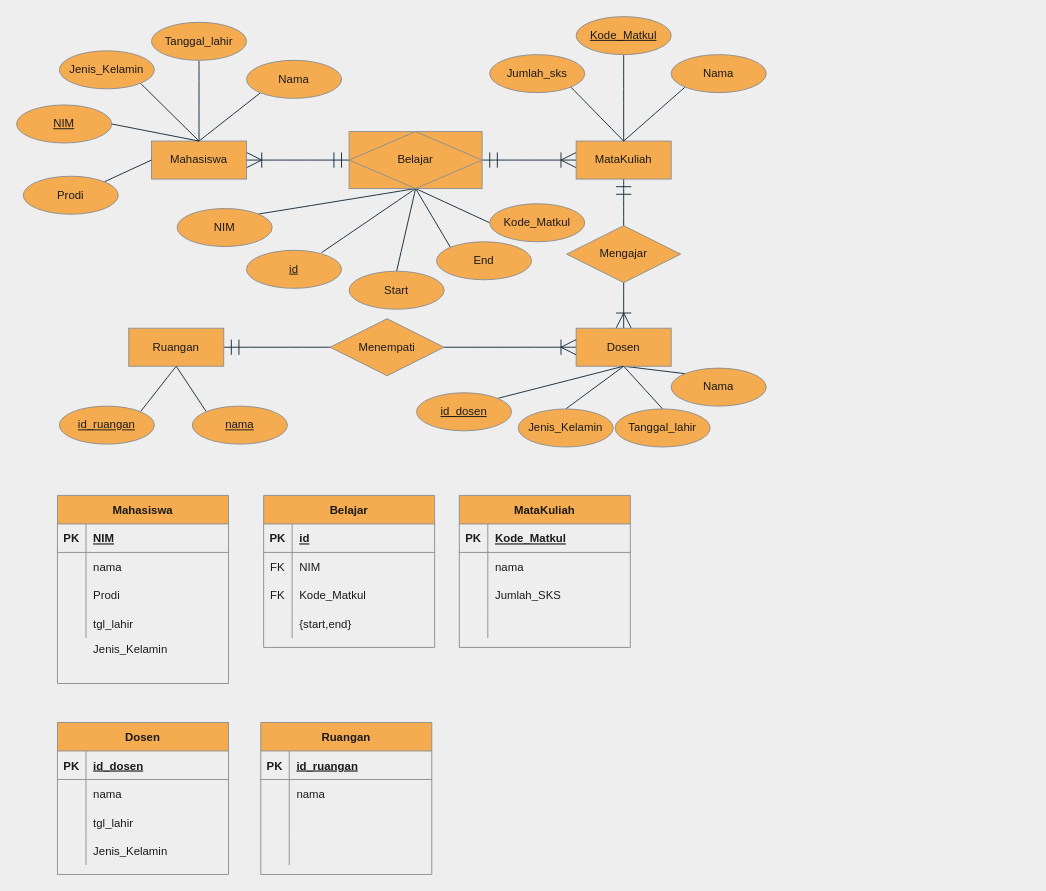
Above: P1/perkuliahan1.drawio in nanwp/BasDat (draw.io), before the change. Source tidied: cells renumbered, new cells numbered last; positions are measured from the earlier drawing's top-left corner, leaving out a move shared by most shapes. Both pictures are drawn from the tidied source at 95%, with x=0, y=0 at pixel (16, 16).
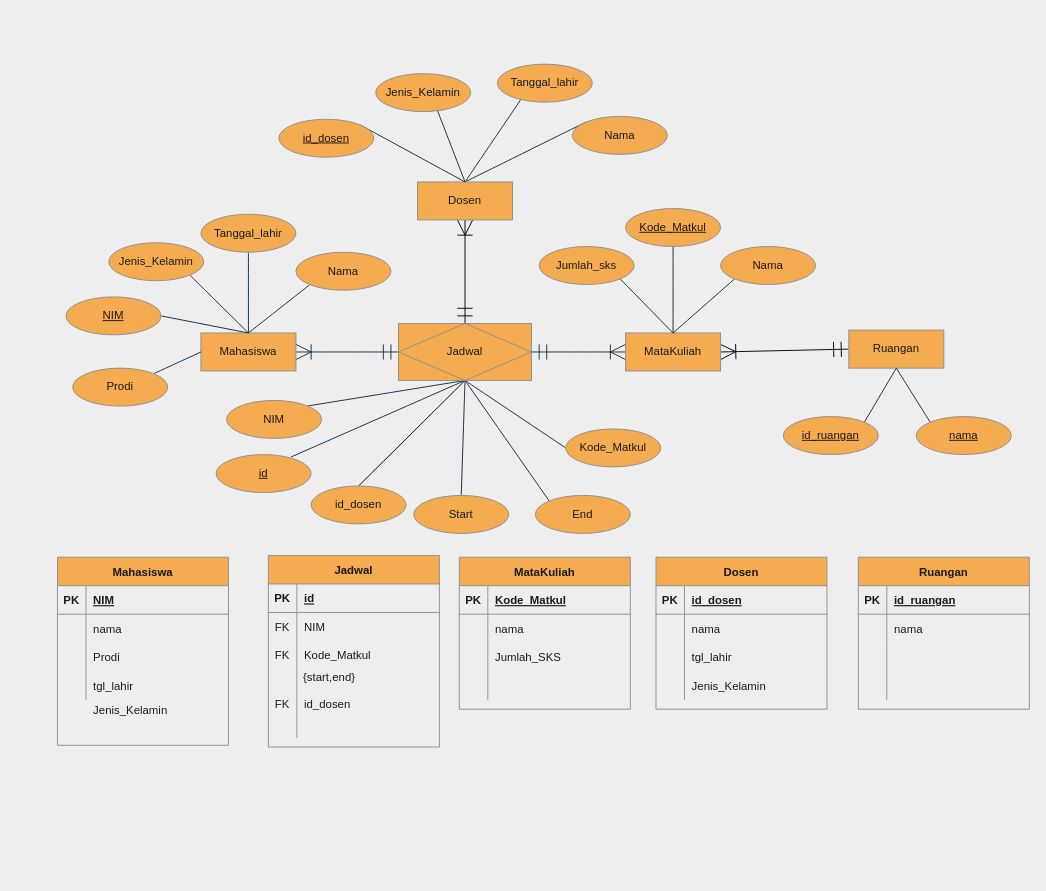
After the change.

Diff of the diagram source:
```diff
@@
     <mxCell id="4" value="Mahasiswa" style="whiteSpace=wrap;html=1;align=center;hachureGap=4;fontColor=#1A1A1A;strokeColor=#909090;fillColor=#F5AB50;" parent="1" vertex="1">
-      <mxGeometry x="142" y="131" width="100" height="40" as="geometry" />
+      <mxGeometry x="194" y="333" width="100" height="40" as="geometry" />
     </mxCell>
@@
+    <mxCell id="118" style="edgeStyle=none;curved=1;rounded=0;jettySize=auto;html=1;exitX=0.5;exitY=0;exitDx=0;exitDy=0;entryX=0.5;entryY=1;entryDx=0;entryDy=0;startArrow=ERmandOne;startFill=0;endArrow=ERoneToMany;endFill=0;startSize=14;endSize=14;sourcePerimeterSpacing=8;targetPerimeterSpacing=8;strokeColor=#000000;" parent="1" edge="1" source="11" target="18">
+      <mxGeometry relative="1" as="geometry" />
+    </mxCell>
+    <mxCell id="119" style="edgeStyle=none;curved=1;rounded=0;jettySize=auto;html=1;exitX=0.5;exitY=1;exitDx=0;exitDy=0;entryX=0.5;entryY=0;entryDx=0;entryDy=0;startArrow=none;startFill=0;endArrow=none;endFill=0;startSize=14;endSize=14;sourcePerimeterSpacing=8;targetPerimeterSpacing=8;strokeColor=#000000;" parent="1" edge="1" source="11" target="121">
+      <mxGeometry relative="1" as="geometry" />
+    </mxCell>
-    <mxCell id="11" value="Belajar" style="shape=associativeEntity;whiteSpace=wrap;html=1;align=center;hachureGap=4;fontColor=#1A1A1A;strokeColor=#909090;fillColor=#F5AB50;" parent="1" vertex="1">
-      <mxGeometry x="350" y="121" width="140" height="60" as="geometry" />
+    <mxCell id="11" value="Jadwal" style="shape=associativeEntity;whiteSpace=wrap;html=1;align=center;hachureGap=4;fontColor=#1A1A1A;strokeColor=#909090;fillColor=#F5AB50;" parent="1" vertex="1">
+      <mxGeometry x="402" y="323" width="140" height="60" as="geometry" />
     </mxCell>
-    <mxCell id="12" style="edgeStyle=none;curved=1;rounded=0;jettySize=auto;html=1;exitX=0.5;exitY=1;exitDx=0;exitDy=0;entryX=0.5;entryY=0;entryDx=0;entryDy=0;fontColor=#1A1A1A;startArrow=ERmandOne;startFill=0;endArrow=ERoneToMany;endFill=0;startSize=14;endSize=14;sourcePerimeterSpacing=8;targetPerimeterSpacing=8;strokeColor=#182E3E;" parent="1" edge="1" source="13" target="18">
-      <mxGeometry relative="1" as="geometry" />
-    </mxCell>
+    <mxCell id="120" style="edgeStyle=none;curved=1;rounded=0;jettySize=auto;html=1;exitX=1;exitY=0.5;exitDx=0;exitDy=0;entryX=0;entryY=0.5;entryDx=0;entryDy=0;endArrow=ERmandOne;startSize=14;endSize=14;sourcePerimeterSpacing=8;targetPerimeterSpacing=8;strokeColor=#000000;endFill=0;startArrow=ERoneToMany;startFill=0;" parent="1" edge="1" source="13" target="44">
+      <mxGeometry relative="1" as="geometry" />
+    </mxCell>
     <mxCell id="13" value="MataKuliah" style="whiteSpace=wrap;html=1;align=center;hachureGap=4;fontColor=#1A1A1A;strokeColor=#909090;fillColor=#F5AB50;" parent="1" vertex="1">
-      <mxGeometry x="589" y="131" width="100" height="40" as="geometry" />
+      <mxGeometry x="641" y="333" width="100" height="40" as="geometry" />
     </mxCell>
-    <mxCell id="14" style="edgeStyle=none;curved=1;rounded=0;jettySize=auto;html=1;exitX=0.5;exitY=1;exitDx=0;exitDy=0;entryX=0.5;entryY=0;entryDx=0;entryDy=0;fontColor=#1A1A1A;startArrow=none;startFill=0;endArrow=none;endFill=0;startSize=14;endSize=14;sourcePerimeterSpacing=8;targetPerimeterSpacing=8;strokeColor=#182E3E;" parent="1" edge="1" source="18" target="39">
-      <mxGeometry relative="1" as="geometry" />
-    </mxCell>
-    <mxCell id="15" style="edgeStyle=none;curved=1;rounded=0;jettySize=auto;html=1;exitX=0.5;exitY=1;exitDx=0;exitDy=0;entryX=0.5;entryY=0;entryDx=0;entryDy=0;fontColor=#1A1A1A;startArrow=none;startFill=0;endArrow=none;endFill=0;startSize=14;endSize=14;sourcePerimeterSpacing=8;targetPerimeterSpacing=8;strokeColor=#182E3E;" parent="1" edge="1" source="18" target="38">
-      <mxGeometry relative="1" as="geometry" />
-    </mxCell>
-    <mxCell id="16" style="edgeStyle=none;curved=1;rounded=0;jettySize=auto;html=1;exitX=0.5;exitY=1;exitDx=0;exitDy=0;entryX=0;entryY=0;entryDx=0;entryDy=0;fontColor=#1A1A1A;startArrow=none;startFill=0;endArrow=none;endFill=0;startSize=14;endSize=14;sourcePerimeterSpacing=8;targetPerimeterSpacing=8;strokeColor=#182E3E;" parent="1" edge="1" source="18" target="40">
-      <mxGeometry relative="1" as="geometry" />
-    </mxCell>
-    <mxCell id="17" style="edgeStyle=none;curved=1;rounded=0;jettySize=auto;html=1;exitX=0;exitY=0.5;exitDx=0;exitDy=0;entryX=1;entryY=0.5;entryDx=0;entryDy=0;fontColor=#1A1A1A;startArrow=none;startFill=0;endArrow=ERmandOne;endFill=0;startSize=14;endSize=14;targetPerimeterSpacing=8;strokeColor=#182E3E;" parent="1" edge="1" source="116" target="44">
-      <mxGeometry relative="1" as="geometry" />
-    </mxCell>
-    <mxCell id="18" value="Dosen" style="whiteSpace=wrap;html=1;align=center;hachureGap=4;fontColor=#1A1A1A;strokeColor=#909090;fillColor=#F5AB50;" parent="1" vertex="1">
-      <mxGeometry x="589" y="328" width="100" height="40" as="geometry" />
-    </mxCell>
-    <mxCell id="19" value="Mengajar" style="shape=rhombus;perimeter=rhombusPerimeter;whiteSpace=wrap;html=1;align=center;hachureGap=4;fontColor=#1A1A1A;strokeColor=#909090;fillColor=#F5AB50;" parent="1" vertex="1">
-      <mxGeometry x="579" y="220" width="120" height="60" as="geometry" />
-    </mxCell>
@@
     <mxCell id="21" value="Tanggal_lahir" style="ellipse;whiteSpace=wrap;html=1;align=center;hachureGap=4;fontColor=#1A1A1A;strokeColor=#909090;fillColor=#F5AB50;" parent="1" vertex="1">
-      <mxGeometry x="142" y="6" width="100" height="40" as="geometry" />
+      <mxGeometry x="194" y="208" width="100" height="40" as="geometry" />
     </mxCell>
@@
     <mxCell id="23" value="Jenis_Kelamin" style="ellipse;whiteSpace=wrap;html=1;align=center;hachureGap=4;fontColor=#1A1A1A;strokeColor=#909090;fillColor=#F5AB50;" parent="1" vertex="1">
-      <mxGeometry x="45" y="36" width="100" height="40" as="geometry" />
+      <mxGeometry x="97" y="238" width="100" height="40" as="geometry" />
     </mxCell>
     <mxCell id="24" value="Nama" style="ellipse;whiteSpace=wrap;html=1;align=center;hachureGap=4;fontColor=#1A1A1A;strokeColor=#909090;fillColor=#F5AB50;" parent="1" vertex="1">
-      <mxGeometry x="242" y="46" width="100" height="40" as="geometry" />
+      <mxGeometry x="294" y="248" width="100" height="40" as="geometry" />
     </mxCell>
@@
     <mxCell id="26" value="&lt;u&gt;NIM&lt;/u&gt;" style="ellipse;whiteSpace=wrap;html=1;align=center;hachureGap=4;fontColor=#1A1A1A;strokeColor=#909090;fillColor=#F5AB50;" parent="1" vertex="1">
-      <mxGeometry y="93" width="100" height="40" as="geometry" />
+      <mxGeometry x="52" y="295" width="100" height="40" as="geometry" />
     </mxCell>
     <mxCell id="27" value="Kode_Matkul" style="ellipse;whiteSpace=wrap;html=1;align=center;hachureGap=4;fontColor=#1A1A1A;strokeColor=#909090;fillColor=#F5AB50;" parent="1" vertex="1">
-      <mxGeometry x="498" y="197" width="100" height="40" as="geometry" />
+      <mxGeometry x="578" y="434" width="100" height="40" as="geometry" />
     </mxCell>
     <mxCell id="28" value="NIM" style="ellipse;whiteSpace=wrap;html=1;align=center;hachureGap=4;fontColor=#1A1A1A;strokeColor=#909090;fillColor=#F5AB50;" parent="1" vertex="1">
-      <mxGeometry x="169" y="202" width="100" height="40" as="geometry" />
+      <mxGeometry x="221" y="404" width="100" height="40" as="geometry" />
     </mxCell>
     <mxCell id="29" value="Start" style="ellipse;whiteSpace=wrap;html=1;align=center;hachureGap=4;fontColor=#1A1A1A;strokeColor=#909090;fillColor=#F5AB50;" parent="1" vertex="1">
-      <mxGeometry x="350" y="268" width="100" height="40" as="geometry" />
+      <mxGeometry x="418" y="504" width="100" height="40" as="geometry" />
     </mxCell>
     <mxCell id="30" value="End" style="ellipse;whiteSpace=wrap;html=1;align=center;hachureGap=4;fontColor=#1A1A1A;strokeColor=#909090;fillColor=#F5AB50;" parent="1" vertex="1">
-      <mxGeometry x="442" y="237" width="100" height="40" as="geometry" />
+      <mxGeometry x="546" y="504" width="100" height="40" as="geometry" />
     </mxCell>
     <mxCell id="31" value="id" style="ellipse;whiteSpace=wrap;html=1;align=center;hachureGap=4;fontColor=#1A1A1A;strokeColor=#909090;fillColor=#F5AB50;fontStyle=4;" parent="1" vertex="1">
-      <mxGeometry x="242" y="246" width="100" height="40" as="geometry" />
+      <mxGeometry x="210" y="461" width="100" height="40" as="geometry" />
     </mxCell>
@@
     <mxCell id="33" value="Kode_Matkul" style="ellipse;whiteSpace=wrap;html=1;align=center;hachureGap=4;fontColor=#1A1A1A;strokeColor=#909090;fillColor=#F5AB50;fontStyle=4;" parent="1" vertex="1">
-      <mxGeometry x="589" width="100" height="40" as="geometry" />
+      <mxGeometry x="641" y="202" width="100" height="40" as="geometry" />
     </mxCell>
@@
     <mxCell id="35" value="Nama" style="ellipse;whiteSpace=wrap;html=1;align=center;hachureGap=4;fontColor=#1A1A1A;strokeColor=#909090;fillColor=#F5AB50;" parent="1" vertex="1">
-      <mxGeometry x="689" y="40" width="100" height="40" as="geometry" />
+      <mxGeometry x="741" y="242" width="100" height="40" as="geometry" />
     </mxCell>
@@
     <mxCell id="37" value="Jumlah_sks" style="ellipse;whiteSpace=wrap;html=1;align=center;hachureGap=4;fontColor=#1A1A1A;strokeColor=#909090;fillColor=#F5AB50;" parent="1" vertex="1">
-      <mxGeometry x="498" y="40" width="100" height="40" as="geometry" />
+      <mxGeometry x="550" y="242" width="100" height="40" as="geometry" />
     </mxCell>
-    <mxCell id="38" value="Tanggal_lahir" style="ellipse;whiteSpace=wrap;html=1;align=center;hachureGap=4;fontColor=#1A1A1A;strokeColor=#909090;fillColor=#F5AB50;" parent="1" vertex="1">
-      <mxGeometry x="630" y="413" width="100" height="40" as="geometry" />
-    </mxCell>
-    <mxCell id="39" value="Jenis_Kelamin" style="ellipse;whiteSpace=wrap;html=1;align=center;hachureGap=4;fontColor=#1A1A1A;strokeColor=#909090;fillColor=#F5AB50;" parent="1" vertex="1">
-      <mxGeometry x="528" y="413" width="100" height="40" as="geometry" />
-    </mxCell>
-    <mxCell id="40" value="Nama" style="ellipse;whiteSpace=wrap;html=1;align=center;hachureGap=4;fontColor=#1A1A1A;strokeColor=#909090;fillColor=#F5AB50;" parent="1" vertex="1">
-      <mxGeometry x="689" y="370" width="100" height="40" as="geometry" />
-    </mxCell>
-    <mxCell id="41" style="edgeStyle=none;curved=1;rounded=0;jettySize=auto;html=1;exitX=1;exitY=0;exitDx=0;exitDy=0;entryX=0.5;entryY=1;entryDx=0;entryDy=0;fontColor=#1A1A1A;startArrow=none;startFill=0;endArrow=none;endFill=0;startSize=14;endSize=14;sourcePerimeterSpacing=8;targetPerimeterSpacing=8;strokeColor=#182E3E;" parent="1" edge="1" source="42" target="18">
-      <mxGeometry relative="1" as="geometry" />
-    </mxCell>
-    <mxCell id="42" value="&lt;u&gt;id_dosen&lt;/u&gt;" style="ellipse;whiteSpace=wrap;html=1;align=center;hachureGap=4;fontColor=#1A1A1A;strokeColor=#909090;fillColor=#F5AB50;" parent="1" vertex="1">
-      <mxGeometry x="421" y="396" width="100" height="40" as="geometry" />
-    </mxCell>
@@
     <mxCell id="44" value="Ruangan" style="whiteSpace=wrap;html=1;align=center;hachureGap=4;fontColor=#1A1A1A;strokeColor=#909090;fillColor=#F5AB50;" parent="1" vertex="1">
-      <mxGeometry x="118" y="328" width="100" height="40" as="geometry" />
+      <mxGeometry x="876" y="330" width="100" height="40" as="geometry" />
     </mxCell>
     <mxCell id="45" value="&lt;u&gt;id_ruangan&lt;/u&gt;" style="ellipse;whiteSpace=wrap;html=1;align=center;hachureGap=4;fontColor=#1A1A1A;strokeColor=#909090;fillColor=#F5AB50;" parent="1" vertex="1">
-      <mxGeometry x="45" y="410" width="100" height="40" as="geometry" />
+      <mxGeometry x="807" y="421" width="100" height="40" as="geometry" />
     </mxCell>
@@
     <mxCell id="47" value="&lt;u&gt;nama&lt;/u&gt;" style="ellipse;whiteSpace=wrap;html=1;align=center;hachureGap=4;fontColor=#1A1A1A;strokeColor=#909090;fillColor=#F5AB50;" parent="1" vertex="1">
-      <mxGeometry x="185" y="410" width="100" height="40" as="geometry" />
+      <mxGeometry x="947" y="421" width="100" height="40" as="geometry" />
     </mxCell>
@@
     <mxCell id="49" value="Mahasiswa" style="shape=table;startSize=30;childLayout=tableLayout;rowLines=0;fontStyle=1;align=center;hachureGap=4;fontColor=#1A1A1A;strokeColor=#909090;fillColor=#F5AB50;" parent="1" vertex="1">
-      <mxGeometry x="43" y="504" width="180" height="198" as="geometry" />
+      <mxGeometry x="43" y="569" width="180" height="198" as="geometry" />
     </mxCell>
@@
     <mxCell id="62" value="Jenis_Kelamin" style="shape=partialRectangle;fillColor=none;top=0;left=0;bottom=0;right=0;align=left;spacingLeft=6;overflow=hidden;hachureGap=4;fontColor=#1A1A1A;strokeColor=#909090;" parent="1" vertex="1">
-      <mxGeometry x="73" y="650" width="150" height="30" as="geometry" />
+      <mxGeometry x="73" y="715" width="150" height="30" as="geometry" />
     </mxCell>
     <mxCell id="63" value="Prodi" style="ellipse;whiteSpace=wrap;html=1;align=center;hachureGap=4;fontColor=#1A1A1A;strokeColor=#909090;fillColor=#F5AB50;" parent="1" vertex="1">
-      <mxGeometry x="7" y="168" width="100" height="40" as="geometry" />
+      <mxGeometry x="59" y="370" width="100" height="40" as="geometry" />
     </mxCell>
-    <mxCell id="64" value="Belajar" style="shape=table;startSize=30;childLayout=tableLayout;rowLines=0;fontStyle=1;align=center;hachureGap=4;fontColor=#1A1A1A;strokeColor=#909090;fillColor=#F5AB50;" parent="1" vertex="1">
-      <mxGeometry x="260" y="504" width="180" height="160" as="geometry" />
+    <mxCell id="64" value="Jadwal" style="shape=table;startSize=30;childLayout=tableLayout;rowLines=0;fontStyle=1;align=center;hachureGap=4;fontColor=#1A1A1A;strokeColor=#909090;fillColor=#F5AB50;" parent="1" vertex="1">
+      <mxGeometry x="265" y="567.2" width="180" height="201.6" as="geometry" />
     </mxCell>
@@
     <mxCell id="74" style="shape=tableRow;horizontal=0;startSize=0;swimlaneHead=0;swimlaneBody=0;fillColor=none;top=0;left=0;right=0;bottom=0;hachureGap=4;fontColor=#1A1A1A;strokeColor=#909090;" parent="64" vertex="1">
-      <mxGeometry y="120" width="180" height="30" as="geometry" />
+      <mxGeometry y="120" width="180" height="72" as="geometry" />
     </mxCell>
-    <mxCell id="75" style="shape=partialRectangle;fillColor=none;top=0;left=0;bottom=0;right=0;overflow=hidden;hachureGap=4;fontColor=#1A1A1A;strokeColor=#909090;" parent="74" vertex="1">
-      <mxGeometry width="30" height="30" as="geometry" />
+    <mxCell id="75" value="FK" style="shape=partialRectangle;fillColor=none;top=0;left=0;bottom=0;right=0;overflow=hidden;hachureGap=4;fontColor=#1A1A1A;strokeColor=#909090;" parent="74" vertex="1">
+      <mxGeometry width="30" height="72" as="geometry" />
     </mxCell>
-    <mxCell id="76" value="{start,end}" style="shape=partialRectangle;fillColor=none;top=0;left=0;bottom=0;right=0;align=left;spacingLeft=6;overflow=hidden;hachureGap=4;fontColor=#1A1A1A;strokeColor=#909090;" parent="74" vertex="1">
-      <mxGeometry x="30" width="150" height="30" as="geometry" />
+    <mxCell id="76" value="id_dosen" style="shape=partialRectangle;fillColor=none;top=0;left=0;bottom=0;right=0;align=left;spacingLeft=6;overflow=hidden;hachureGap=4;fontColor=#1A1A1A;strokeColor=#909090;" parent="74" vertex="1">
+      <mxGeometry x="30" width="150" height="72" as="geometry" />
     </mxCell>
     <mxCell id="77" value="MataKuliah" style="shape=table;startSize=30;childLayout=tableLayout;rowLines=0;fontStyle=1;align=center;hachureGap=4;fontColor=#1A1A1A;strokeColor=#909090;fillColor=#F5AB50;" parent="1" vertex="1">
-      <mxGeometry x="466" y="504" width="180" height="160" as="geometry" />
+      <mxGeometry x="466" y="569" width="180" height="160" as="geometry" />
     </mxCell>
@@
     <mxCell id="90" value="Dosen" style="shape=table;startSize=30;childLayout=tableLayout;rowLines=0;fontStyle=1;align=center;hachureGap=4;fontColor=#1A1A1A;strokeColor=#909090;fillColor=#F5AB50;" parent="1" vertex="1">
-      <mxGeometry x="43" y="743" width="180" height="160" as="geometry" />
+      <mxGeometry x="673" y="569" width="180" height="160" as="geometry" />
     </mxCell>
@@
     <mxCell id="103" value="Ruangan" style="shape=table;startSize=30;childLayout=tableLayout;rowLines=0;fontStyle=1;align=center;hachureGap=4;fontColor=#1A1A1A;strokeColor=#909090;fillColor=#F5AB50;" parent="1" vertex="1">
-      <mxGeometry x="257" y="743" width="180" height="160" as="geometry" />
+      <mxGeometry x="886" y="569" width="180" height="160" as="geometry" />
     </mxCell>
@@
-    <mxCell id="116" value="Menempati" style="shape=rhombus;perimeter=rhombusPerimeter;whiteSpace=wrap;html=1;align=center;hachureGap=4;fontColor=#1A1A1A;strokeColor=#909090;fillColor=#F5AB50;" parent="1" vertex="1">
-      <mxGeometry x="330" y="318" width="120" height="60" as="geometry" />
-    </mxCell>
-    <mxCell id="117" style="edgeStyle=none;curved=1;rounded=0;jettySize=auto;html=1;exitX=0;exitY=0.5;exitDx=0;exitDy=0;entryX=1;entryY=0.5;entryDx=0;entryDy=0;fontColor=#1A1A1A;startArrow=ERoneToMany;startFill=0;endArrow=none;endFill=0;startSize=14;endSize=14;sourcePerimeterSpacing=8;strokeColor=#182E3E;" parent="1" edge="1" source="18" target="116">
-      <mxGeometry relative="1" as="geometry" />
-    </mxCell>
+    <mxCell id="14" style="edgeStyle=none;curved=1;rounded=0;jettySize=auto;html=1;exitX=0.5;exitY=0;exitDx=0;exitDy=0;entryX=0.5;entryY=0;entryDx=0;entryDy=0;fontColor=#1A1A1A;startArrow=none;startFill=0;endArrow=none;endFill=0;startSize=14;endSize=14;sourcePerimeterSpacing=8;targetPerimeterSpacing=8;strokeColor=#182E3E;" parent="1" edge="1" source="18" target="39">
+      <mxGeometry relative="1" as="geometry" />
+    </mxCell>
+    <mxCell id="15" style="edgeStyle=none;curved=1;rounded=0;jettySize=auto;html=1;exitX=0.5;exitY=0;exitDx=0;exitDy=0;entryX=0.5;entryY=0;entryDx=0;entryDy=0;fontColor=#1A1A1A;startArrow=none;startFill=0;endArrow=none;endFill=0;startSize=14;endSize=14;sourcePerimeterSpacing=8;targetPerimeterSpacing=8;strokeColor=#182E3E;" parent="1" edge="1" source="18" target="38">
+      <mxGeometry relative="1" as="geometry" />
+    </mxCell>
+    <mxCell id="16" style="edgeStyle=none;curved=1;rounded=0;jettySize=auto;html=1;entryX=0;entryY=0;entryDx=0;entryDy=0;fontColor=#1A1A1A;startArrow=none;startFill=0;endArrow=none;endFill=0;startSize=14;endSize=14;sourcePerimeterSpacing=8;targetPerimeterSpacing=8;strokeColor=#182E3E;exitX=0.5;exitY=0;exitDx=0;exitDy=0;" parent="1" edge="1" source="18" target="40">
+      <mxGeometry relative="1" as="geometry" />
+    </mxCell>
+    <mxCell id="18" value="Dosen" style="whiteSpace=wrap;html=1;align=center;hachureGap=4;fontColor=#1A1A1A;strokeColor=#909090;fillColor=#F5AB50;" parent="1" vertex="1">
+      <mxGeometry x="422" y="174" width="100" height="40" as="geometry" />
+    </mxCell>
+    <mxCell id="38" value="Tanggal_lahir" style="ellipse;whiteSpace=wrap;html=1;align=center;hachureGap=4;fontColor=#1A1A1A;strokeColor=#909090;fillColor=#F5AB50;" parent="1" vertex="1">
+      <mxGeometry x="506" y="50" width="100" height="40" as="geometry" />
+    </mxCell>
+    <mxCell id="39" value="Jenis_Kelamin" style="ellipse;whiteSpace=wrap;html=1;align=center;hachureGap=4;fontColor=#1A1A1A;strokeColor=#909090;fillColor=#F5AB50;" parent="1" vertex="1">
+      <mxGeometry x="378" y="60" width="100" height="40" as="geometry" />
+    </mxCell>
+    <mxCell id="40" value="Nama" style="ellipse;whiteSpace=wrap;html=1;align=center;hachureGap=4;fontColor=#1A1A1A;strokeColor=#909090;fillColor=#F5AB50;" parent="1" vertex="1">
+      <mxGeometry x="585" y="105" width="100" height="40" as="geometry" />
+    </mxCell>
+    <mxCell id="41" style="edgeStyle=none;curved=1;rounded=0;jettySize=auto;html=1;exitX=1;exitY=0;exitDx=0;exitDy=0;entryX=0.5;entryY=0;entryDx=0;entryDy=0;fontColor=#1A1A1A;startArrow=none;startFill=0;endArrow=none;endFill=0;startSize=14;endSize=14;sourcePerimeterSpacing=8;targetPerimeterSpacing=8;strokeColor=#182E3E;" parent="1" edge="1" source="42" target="18">
+      <mxGeometry relative="1" as="geometry" />
+    </mxCell>
+    <mxCell id="42" value="&lt;u&gt;id_dosen&lt;/u&gt;" style="ellipse;whiteSpace=wrap;html=1;align=center;hachureGap=4;fontColor=#1A1A1A;strokeColor=#909090;fillColor=#F5AB50;" parent="1" vertex="1">
+      <mxGeometry x="276" y="108" width="100" height="40" as="geometry" />
+    </mxCell>
+    <mxCell id="121" value="id_dosen" style="ellipse;whiteSpace=wrap;html=1;align=center;hachureGap=4;fontColor=#1A1A1A;strokeColor=#909090;fillColor=#F5AB50;" parent="1" vertex="1">
+      <mxGeometry x="310" y="494" width="100" height="40" as="geometry" />
+    </mxCell>
+    <mxCell id="122" value="{start,end}" style="shape=partialRectangle;fillColor=none;top=0;left=0;bottom=0;right=0;align=left;spacingLeft=6;overflow=hidden;hachureGap=4;fontColor=#1A1A1A;strokeColor=#909090;" parent="1" vertex="1">
+      <mxGeometry x="294" y="680" width="150" height="30" as="geometry" />
+    </mxCell>
```
